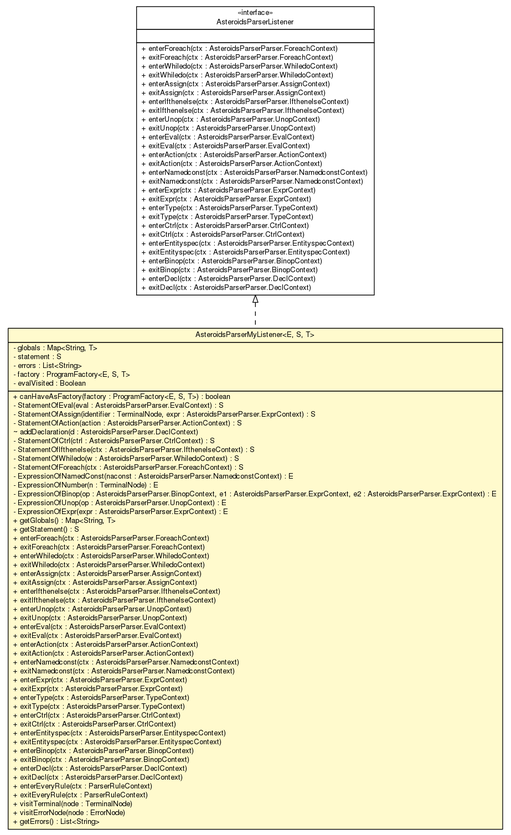
Above: doc/model/programs/parsing/AsteroidsParserMyListener.png in sinopeus/asteroids (Graphviz), before the change. Its source is kept beside it as doc/model/programs/parsing/AsteroidsParserMyListener.dot.
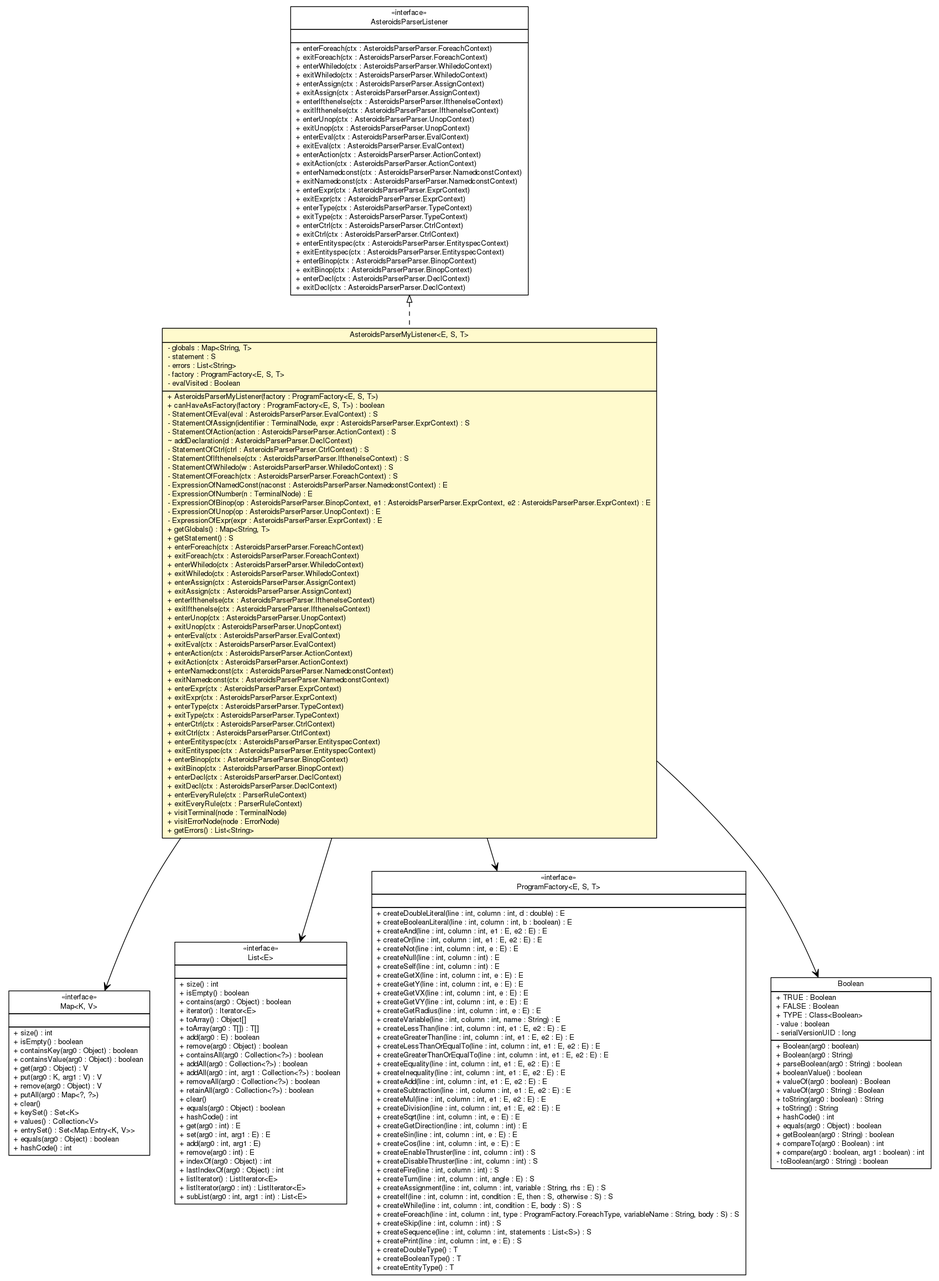
The same file after the commit.

The edit, as a diff of the source:
```diff
@@ -4,7 +4,59 @@
 	node [fontname="Helvetica",fontsize=10,shape=plaintext];
 	nodesep=0.25;
 	ranksep=0.5;
-	c4176 [label=<<table title="model.programs.parsing.AsteroidsParserMyListener" border="0" cellborder="1" cellspacing="0" cellpadding="2" port="p" bgcolor="lemonChiffon" href="./AsteroidsParserMyListener.html">
+	c4201 [label=<<table title="model.programs.parsing.ProgramFactory" border="0" cellborder="1" cellspacing="0" cellpadding="2" port="p" href="./ProgramFactory.html">
+		<tr><td><table border="0" cellspacing="0" cellpadding="1">
+<tr><td align="center" balign="center"> &#171;interface&#187; </td></tr>
+<tr><td align="center" balign="center"> ProgramFactory&lt;E, S, T&gt; </td></tr>
+		</table></td></tr>
+		<tr><td><table border="0" cellspacing="0" cellpadding="1">
+<tr><td align="left" balign="left">  </td></tr>
+		</table></td></tr>
+		<tr><td><table border="0" cellspacing="0" cellpadding="1">
+<tr><td align="left" balign="left"> + createDoubleLiteral(line : int, column : int, d : double) : E </td></tr>
+<tr><td align="left" balign="left"> + createBooleanLiteral(line : int, column : int, b : boolean) : E </td></tr>
+<tr><td align="left" balign="left"> + createAnd(line : int, column : int, e1 : E, e2 : E) : E </td></tr>
+<tr><td align="left" balign="left"> + createOr(line : int, column : int, e1 : E, e2 : E) : E </td></tr>
+<tr><td align="left" balign="left"> + createNot(line : int, column : int, e : E) : E </td></tr>
+<tr><td align="left" balign="left"> + createNull(line : int, column : int) : E </td></tr>
+<tr><td align="left" balign="left"> + createSelf(line : int, column : int) : E </td></tr>
+<tr><td align="left" balign="left"> + createGetX(line : int, column : int, e : E) : E </td></tr>
+<tr><td align="left" balign="left"> + createGetY(line : int, column : int, e : E) : E </td></tr>
+<tr><td align="left" balign="left"> + createGetVX(line : int, column : int, e : E) : E </td></tr>
+<tr><td align="left" balign="left"> + createGetVY(line : int, column : int, e : E) : E </td></tr>
+<tr><td align="left" balign="left"> + createGetRadius(line : int, column : int, e : E) : E </td></tr>
+<tr><td align="left" balign="left"> + createVariable(line : int, column : int, name : String) : E </td></tr>
+<tr><td align="left" balign="left"> + createLessThan(line : int, column : int, e1 : E, e2 : E) : E </td></tr>
+<tr><td align="left" balign="left"> + createGreaterThan(line : int, column : int, e1 : E, e2 : E) : E </td></tr>
+<tr><td align="left" balign="left"> + createLessThanOrEqualTo(line : int, column : int, e1 : E, e2 : E) : E </td></tr>
+<tr><td align="left" balign="left"> + createGreaterThanOrEqualTo(line : int, column : int, e1 : E, e2 : E) : E </td></tr>
+<tr><td align="left" balign="left"> + createEquality(line : int, column : int, e1 : E, e2 : E) : E </td></tr>
+<tr><td align="left" balign="left"> + createInequality(line : int, column : int, e1 : E, e2 : E) : E </td></tr>
+<tr><td align="left" balign="left"> + createAdd(line : int, column : int, e1 : E, e2 : E) : E </td></tr>
+<tr><td align="left" balign="left"> + createSubtraction(line : int, column : int, e1 : E, e2 : E) : E </td></tr>
+<tr><td align="left" balign="left"> + createMul(line : int, column : int, e1 : E, e2 : E) : E </td></tr>
+<tr><td align="left" balign="left"> + createDivision(line : int, column : int, e1 : E, e2 : E) : E </td></tr>
+<tr><td align="left" balign="left"> + createSqrt(line : int, column : int, e : E) : E </td></tr>
+<tr><td align="left" balign="left"> + createGetDirection(line : int, column : int) : E </td></tr>
+<tr><td align="left" balign="left"> + createSin(line : int, column : int, e : E) : E </td></tr>
+<tr><td align="left" balign="left"> + createCos(line : int, column : int, e : E) : E </td></tr>
+<tr><td align="left" balign="left"> + createEnableThruster(line : int, column : int) : S </td></tr>
+<tr><td align="left" balign="left"> + createDisableThruster(line : int, column : int) : S </td></tr>
+<tr><td align="left" balign="left"> + createFire(line : int, column : int) : S </td></tr>
+<tr><td align="left" balign="left"> + createTurn(line : int, column : int, angle : E) : S </td></tr>
+<tr><td align="left" balign="left"> + createAssignment(line : int, column : int, variable : String, rhs : E) : S </td></tr>
+<tr><td align="left" balign="left"> + createIf(line : int, column : int, condition : E, then : S, otherwise : S) : S </td></tr>
+<tr><td align="left" balign="left"> + createWhile(line : int, column : int, condition : E, body : S) : S </td></tr>
+<tr><td align="left" balign="left"> + createForeach(line : int, column : int, type : ProgramFactory.ForeachType, variableName : String, body : S) : S </td></tr>
+<tr><td align="left" balign="left"> + createSkip(line : int, column : int) : S </td></tr>
+<tr><td align="left" balign="left"> + createSequence(line : int, column : int, statements : List&lt;S&gt;) : S </td></tr>
+<tr><td align="left" balign="left"> + createPrint(line : int, column : int, e : E) : S </td></tr>
+<tr><td align="left" balign="left"> + createDoubleType() : T </td></tr>
+<tr><td align="left" balign="left"> + createBooleanType() : T </td></tr>
+<tr><td align="left" balign="left"> + createEntityType() : T </td></tr>
+		</table></td></tr>
+		</table>>, URL="./ProgramFactory.html", fontname="Helvetica", fontcolor="black", fontsize=10.0];
+	c4205 [label=<<table title="model.programs.parsing.AsteroidsParserMyListener" border="0" cellborder="1" cellspacing="0" cellpadding="2" port="p" bgcolor="lemonChiffon" href="./AsteroidsParserMyListener.html">
 		<tr><td><table border="0" cellspacing="0" cellpadding="1">
 <tr><td align="center" balign="center"> AsteroidsParserMyListener&lt;E, S, T&gt; </td></tr>
 		</table></td></tr>
@@ -16,6 +68,7 @@
 <tr><td align="left" balign="left"> - evalVisited : Boolean </td></tr>
 		</table></td></tr>
 		<tr><td><table border="0" cellspacing="0" cellpadding="1">
+<tr><td align="left" balign="left"> + AsteroidsParserMyListener(factory : ProgramFactory&lt;E, S, T&gt;) </td></tr>
 <tr><td align="left" balign="left"> + canHaveAsFactory(factory : ProgramFactory&lt;E, S, T&gt;) : boolean </td></tr>
 <tr><td align="left" balign="left"> - StatementOfEval(eval : AsteroidsParserParser.EvalContext) : S </td></tr>
 <tr><td align="left" balign="left"> - StatementOfAssign(identifier : TerminalNode, expr : AsteroidsParserParser.ExprContext) : S </td></tr>
@@ -67,7 +120,7 @@
 <tr><td align="left" balign="left"> + getErrors() : List&lt;String&gt; </td></tr>
 		</table></td></tr>
 		</table>>, URL="./AsteroidsParserMyListener.html", fontname="Helvetica", fontcolor="black", fontsize=10.0];
-	c4177 [label=<<table title="model.programs.parsing.AsteroidsParserListener" border="0" cellborder="1" cellspacing="0" cellpadding="2" port="p" href="./AsteroidsParserListener.html">
+	c4206 [label=<<table title="model.programs.parsing.AsteroidsParserListener" border="0" cellborder="1" cellspacing="0" cellpadding="2" port="p" href="./AsteroidsParserListener.html">
 		<tr><td><table border="0" cellspacing="0" cellpadding="1">
 <tr><td align="center" balign="center"> &#171;interface&#187; </td></tr>
 <tr><td align="center" balign="center"> AsteroidsParserListener </td></tr>
@@ -106,5 +159,98 @@
 <tr><td align="left" balign="left"> + exitDecl(ctx : AsteroidsParserParser.DeclContext) </td></tr>
 		</table></td></tr>
 		</table>>, URL="./AsteroidsParserListener.html", fontname="Helvetica", fontcolor="black", fontsize=10.0];
-	c4177:p -> c4176:p [dir=back,arrowtail=empty,style=dashed];
+	c4206:p -> c4205:p [dir=back,arrowtail=empty,style=dashed];
+	c4205:p -> c4301:p [taillabel="", label="", headlabel="", fontname="Helvetica", fontcolor="black", fontsize=10.0, color="black", arrowhead=open];
+	c4205:p -> c4302:p [taillabel="", label="", headlabel="", fontname="Helvetica", fontcolor="black", fontsize=10.0, color="black", arrowhead=open];
+	c4205:p -> c4201:p [taillabel="", label="", headlabel="", fontname="Helvetica", fontcolor="black", fontsize=10.0, color="black", arrowhead=open];
+	c4205:p -> c4303:p [taillabel="", label="", headlabel="", fontname="Helvetica", fontcolor="black", fontsize=10.0, color="black", arrowhead=open];
+	c4303 [label=<<table title="java.lang.Boolean" border="0" cellborder="1" cellspacing="0" cellpadding="2" port="p" href="http://java.sun.com/j2se/1.4.2/docs/api/java/lang/Boolean.html">
+		<tr><td><table border="0" cellspacing="0" cellpadding="1">
+<tr><td align="center" balign="center"> Boolean </td></tr>
+		</table></td></tr>
+		<tr><td><table border="0" cellspacing="0" cellpadding="1">
+<tr><td align="left" balign="left"> + TRUE : Boolean </td></tr>
+<tr><td align="left" balign="left"> + FALSE : Boolean </td></tr>
+<tr><td align="left" balign="left"> + TYPE : Class&lt;Boolean&gt; </td></tr>
+<tr><td align="left" balign="left"> - value : boolean </td></tr>
+<tr><td align="left" balign="left"> - serialVersionUID : long </td></tr>
+		</table></td></tr>
+		<tr><td><table border="0" cellspacing="0" cellpadding="1">
+<tr><td align="left" balign="left"> + Boolean(arg0 : boolean) </td></tr>
+<tr><td align="left" balign="left"> + Boolean(arg0 : String) </td></tr>
+<tr><td align="left" balign="left"> + parseBoolean(arg0 : String) : boolean </td></tr>
+<tr><td align="left" balign="left"> + booleanValue() : boolean </td></tr>
+<tr><td align="left" balign="left"> + valueOf(arg0 : boolean) : Boolean </td></tr>
+<tr><td align="left" balign="left"> + valueOf(arg0 : String) : Boolean </td></tr>
+<tr><td align="left" balign="left"> + toString(arg0 : boolean) : String </td></tr>
+<tr><td align="left" balign="left"> + toString() : String </td></tr>
+<tr><td align="left" balign="left"> + hashCode() : int </td></tr>
+<tr><td align="left" balign="left"> + equals(arg0 : Object) : boolean </td></tr>
+<tr><td align="left" balign="left"> + getBoolean(arg0 : String) : boolean </td></tr>
+<tr><td align="left" balign="left"> + compareTo(arg0 : Boolean) : int </td></tr>
+<tr><td align="left" balign="left"> + compare(arg0 : boolean, arg1 : boolean) : int </td></tr>
+<tr><td align="left" balign="left"> - toBoolean(arg0 : String) : boolean </td></tr>
+		</table></td></tr>
+		</table>>, URL="http://java.sun.com/j2se/1.4.2/docs/api/java/lang/Boolean.html", fontname="Helvetica", fontcolor="black", fontsize=10.0];
+	c4302 [label=<<table title="java.util.List" border="0" cellborder="1" cellspacing="0" cellpadding="2" port="p" href="http://java.sun.com/j2se/1.4.2/docs/api/java/util/List.html">
+		<tr><td><table border="0" cellspacing="0" cellpadding="1">
+<tr><td align="center" balign="center"> &#171;interface&#187; </td></tr>
+<tr><td align="center" balign="center"> List&lt;E&gt; </td></tr>
+		</table></td></tr>
+		<tr><td><table border="0" cellspacing="0" cellpadding="1">
+<tr><td align="left" balign="left">  </td></tr>
+		</table></td></tr>
+		<tr><td><table border="0" cellspacing="0" cellpadding="1">
+<tr><td align="left" balign="left"> + size() : int </td></tr>
+<tr><td align="left" balign="left"> + isEmpty() : boolean </td></tr>
+<tr><td align="left" balign="left"> + contains(arg0 : Object) : boolean </td></tr>
+<tr><td align="left" balign="left"> + iterator() : Iterator&lt;E&gt; </td></tr>
+<tr><td align="left" balign="left"> + toArray() : Object[] </td></tr>
+<tr><td align="left" balign="left"> + toArray(arg0 : T[]) : T[] </td></tr>
+<tr><td align="left" balign="left"> + add(arg0 : E) : boolean </td></tr>
+<tr><td align="left" balign="left"> + remove(arg0 : Object) : boolean </td></tr>
+<tr><td align="left" balign="left"> + containsAll(arg0 : Collection&lt;?&gt;) : boolean </td></tr>
+<tr><td align="left" balign="left"> + addAll(arg0 : Collection&lt;?&gt;) : boolean </td></tr>
+<tr><td align="left" balign="left"> + addAll(arg0 : int, arg1 : Collection&lt;?&gt;) : boolean </td></tr>
+<tr><td align="left" balign="left"> + removeAll(arg0 : Collection&lt;?&gt;) : boolean </td></tr>
+<tr><td align="left" balign="left"> + retainAll(arg0 : Collection&lt;?&gt;) : boolean </td></tr>
+<tr><td align="left" balign="left"> + clear() </td></tr>
+<tr><td align="left" balign="left"> + equals(arg0 : Object) : boolean </td></tr>
+<tr><td align="left" balign="left"> + hashCode() : int </td></tr>
+<tr><td align="left" balign="left"> + get(arg0 : int) : E </td></tr>
+<tr><td align="left" balign="left"> + set(arg0 : int, arg1 : E) : E </td></tr>
+<tr><td align="left" balign="left"> + add(arg0 : int, arg1 : E) </td></tr>
+<tr><td align="left" balign="left"> + remove(arg0 : int) : E </td></tr>
+<tr><td align="left" balign="left"> + indexOf(arg0 : Object) : int </td></tr>
+<tr><td align="left" balign="left"> + lastIndexOf(arg0 : Object) : int </td></tr>
+<tr><td align="left" balign="left"> + listIterator() : ListIterator&lt;E&gt; </td></tr>
+<tr><td align="left" balign="left"> + listIterator(arg0 : int) : ListIterator&lt;E&gt; </td></tr>
+<tr><td align="left" balign="left"> + subList(arg0 : int, arg1 : int) : List&lt;E&gt; </td></tr>
+		</table></td></tr>
+		</table>>, URL="http://java.sun.com/j2se/1.4.2/docs/api/java/util/List.html", fontname="Helvetica", fontcolor="black", fontsize=10.0];
+	c4301 [label=<<table title="java.util.Map" border="0" cellborder="1" cellspacing="0" cellpadding="2" port="p" href="http://java.sun.com/j2se/1.4.2/docs/api/java/util/Map.html">
+		<tr><td><table border="0" cellspacing="0" cellpadding="1">
+<tr><td align="center" balign="center"> &#171;interface&#187; </td></tr>
+<tr><td align="center" balign="center"> Map&lt;K, V&gt; </td></tr>
+		</table></td></tr>
+		<tr><td><table border="0" cellspacing="0" cellpadding="1">
+<tr><td align="left" balign="left">  </td></tr>
+		</table></td></tr>
+		<tr><td><table border="0" cellspacing="0" cellpadding="1">
+<tr><td align="left" balign="left"> + size() : int </td></tr>
+<tr><td align="left" balign="left"> + isEmpty() : boolean </td></tr>
+<tr><td align="left" balign="left"> + containsKey(arg0 : Object) : boolean </td></tr>
+<tr><td align="left" balign="left"> + containsValue(arg0 : Object) : boolean </td></tr>
+<tr><td align="left" balign="left"> + get(arg0 : Object) : V </td></tr>
+<tr><td align="left" balign="left"> + put(arg0 : K, arg1 : V) : V </td></tr>
+<tr><td align="left" balign="left"> + remove(arg0 : Object) : V </td></tr>
+<tr><td align="left" balign="left"> + putAll(arg0 : Map&lt;?, ?&gt;) </td></tr>
+<tr><td align="left" balign="left"> + clear() </td></tr>
+<tr><td align="left" balign="left"> + keySet() : Set&lt;K&gt; </td></tr>
+<tr><td align="left" balign="left"> + values() : Collection&lt;V&gt; </td></tr>
+<tr><td align="left" balign="left"> + entrySet() : Set&lt;Map.Entry&lt;K, V&gt;&gt; </td></tr>
+<tr><td align="left" balign="left"> + equals(arg0 : Object) : boolean </td></tr>
+<tr><td align="left" balign="left"> + hashCode() : int </td></tr>
+		</table></td></tr>
+		</table>>, URL="http://java.sun.com/j2se/1.4.2/docs/api/java/util/Map.html", fontname="Helvetica", fontcolor="black", fontsize=10.0];
 }
```
